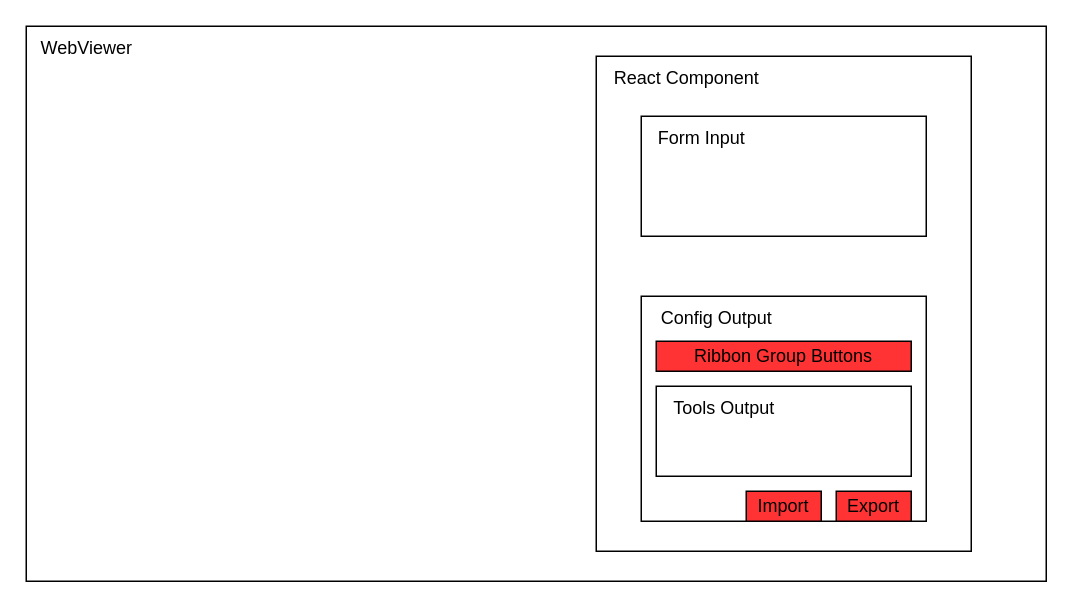
Before: vite-react-app/src/TODO/TODO.drawio in lukepwn/webviewer-ui-builder, a draw.io diagram. Source tidied: cells renumbered, new cells numbered last; positions are measured from the earlier drawing's top-left corner, leaving out a move shared by most shapes. Both pictures are drawn from the tidied source at 150%, with x=0, y=0 at pixel (26, 26).
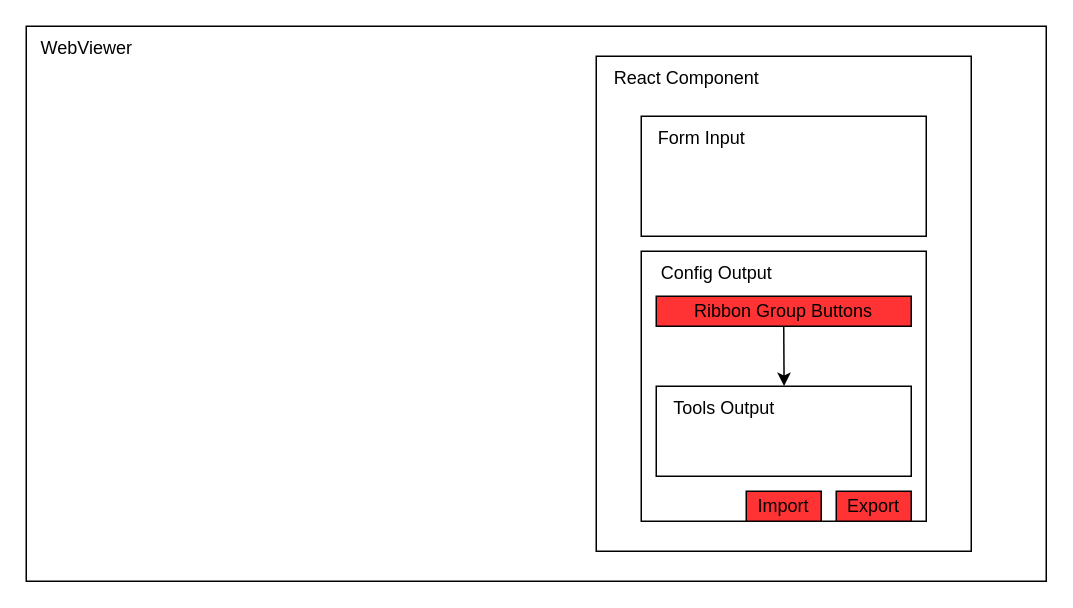
The same diagram, later.

Commit message (it also covers changes not shown here):
add category buttons for toolbargroup

What changed in the source:
```diff
@@
 <mxGraphModel>
   <root>
     <mxCell id="0" />
     <mxCell id="1" parent="0" />
     <mxCell id="2" style="rounded=0;whiteSpace=wrap;html=1;" parent="1" vertex="1">
       <mxGeometry width="680" height="370" as="geometry" />
     </mxCell>
     <mxCell id="3" style="rounded=0;whiteSpace=wrap;html=1;" parent="1" vertex="1">
       <mxGeometry x="380" y="20" width="250" height="330" as="geometry" />
     </mxCell>
     <mxCell id="4" style="rounded=0;whiteSpace=wrap;html=1;" parent="1" vertex="1">
       <mxGeometry x="410" y="60" width="190" height="80" as="geometry" />
     </mxCell>
     <mxCell id="5" style="rounded=0;whiteSpace=wrap;html=1;" parent="1" vertex="1">
-      <mxGeometry x="410" y="180" width="190" height="150" as="geometry" />
+      <mxGeometry x="410" y="150" width="190" height="180" as="geometry" />
     </mxCell>
     <mxCell id="6" value="WebViewer" style="text;html=1;align=center;verticalAlign=middle;strokeColor=none;fillColor=none;" parent="1" vertex="1">
       <mxGeometry width="80" height="30" as="geometry" />
     </mxCell>
     <mxCell id="7" value="React Component" style="text;html=1;align=center;verticalAlign=middle;strokeColor=none;fillColor=none;" parent="1" vertex="1">
       <mxGeometry x="380" y="20" width="120" height="30" as="geometry" />
     </mxCell>
     <mxCell id="8" value="Form Input" style="text;html=1;align=center;verticalAlign=middle;strokeColor=none;fillColor=none;" parent="1" vertex="1">
       <mxGeometry x="410" y="60" width="80" height="30" as="geometry" />
     </mxCell>
     <mxCell id="9" value="Config Output" style="text;html=1;align=center;verticalAlign=middle;strokeColor=none;fillColor=none;" parent="1" vertex="1">
-      <mxGeometry x="410" y="180" width="100" height="30" as="geometry" />
+      <mxGeometry x="410" y="150" width="100" height="30" as="geometry" />
     </mxCell>
     <mxCell id="10" value="Import" style="rounded=0;whiteSpace=wrap;html=1;fillColor=#FF3333;" parent="1" vertex="1">
       <mxGeometry x="480" y="310" width="50" height="20" as="geometry" />
     </mxCell>
     <mxCell id="11" value="Export" style="rounded=0;whiteSpace=wrap;html=1;fillColor=#FF3333;" parent="1" vertex="1">
       <mxGeometry x="540" y="310" width="50" height="20" as="geometry" />
     </mxCell>
     <mxCell id="12" value="Ribbon Group Buttons" style="rounded=0;whiteSpace=wrap;html=1;fillColor=#FF3333;" parent="1" vertex="1">
-      <mxGeometry x="420" y="210" width="170" height="20" as="geometry" />
+      <mxGeometry x="420" y="180" width="170" height="20" as="geometry" />
     </mxCell>
     <mxCell id="13" style="rounded=0;whiteSpace=wrap;html=1;" parent="1" vertex="1">
       <mxGeometry x="420" y="240" width="170" height="60" as="geometry" />
     </mxCell>
     <mxCell id="14" value="Tools Output" style="text;html=1;align=center;verticalAlign=middle;points=[];strokeColor=none;fillColor=none;" parent="1" vertex="1">
       <mxGeometry x="420" y="240" width="90" height="30" as="geometry" />
     </mxCell>
+    <mxCell id="15" style="edgeStyle=none;html=1;exitX=0.5;exitY=1;exitDx=0;exitDy=0;entryX=0.947;entryY=-0.005;entryDx=0;entryDy=0;entryPerimeter=0;endArrow=classic;endFill=1;" parent="1" edge="1" source="12" target="14">
+      <mxGeometry relative="1" as="geometry" />
+    </mxCell>
   </root>
 </mxGraphModel>
```
